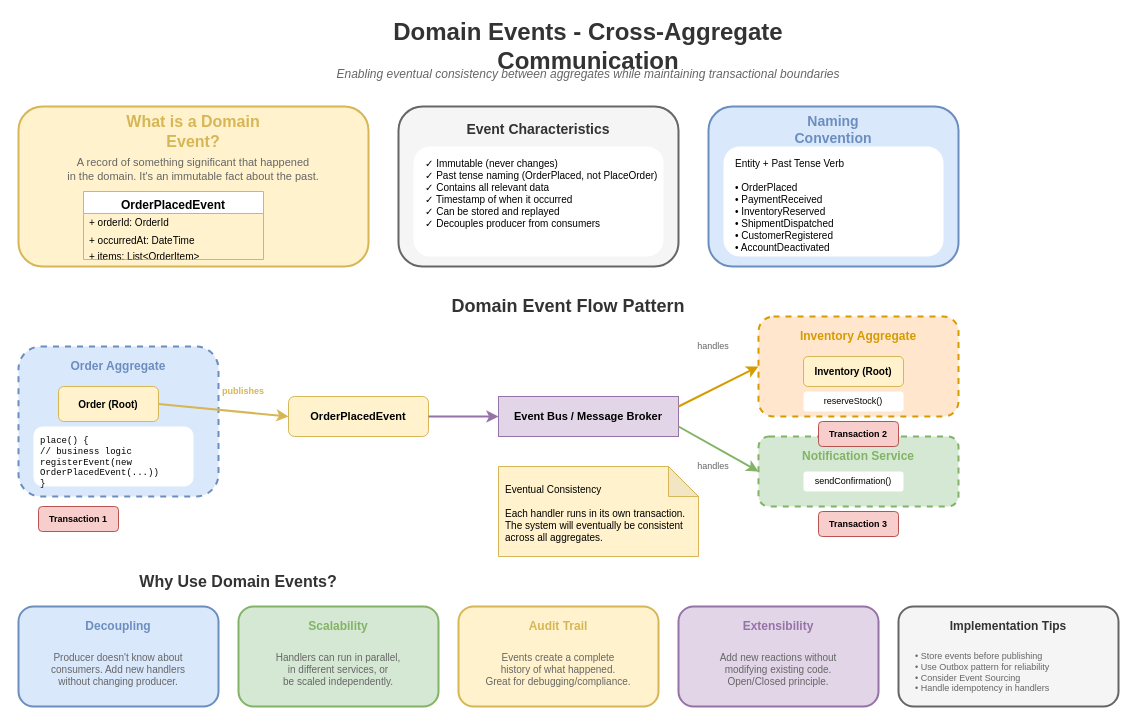
Above: lesson-01-software-design-architecture/diagrams/1.5.4-ddd-domain-events.drawio in MrParkerZ7/document-lesson-software-architect-x-claude (draw.io), before the change. Source tidied: cells renumbered, new cells numbered last; positions are measured from the earlier drawing's top-left corner, leaving out a move shared by most shapes. Both pictures are drawn from the tidied source at 100%, with x=0, y=0 at pixel (18, 26).
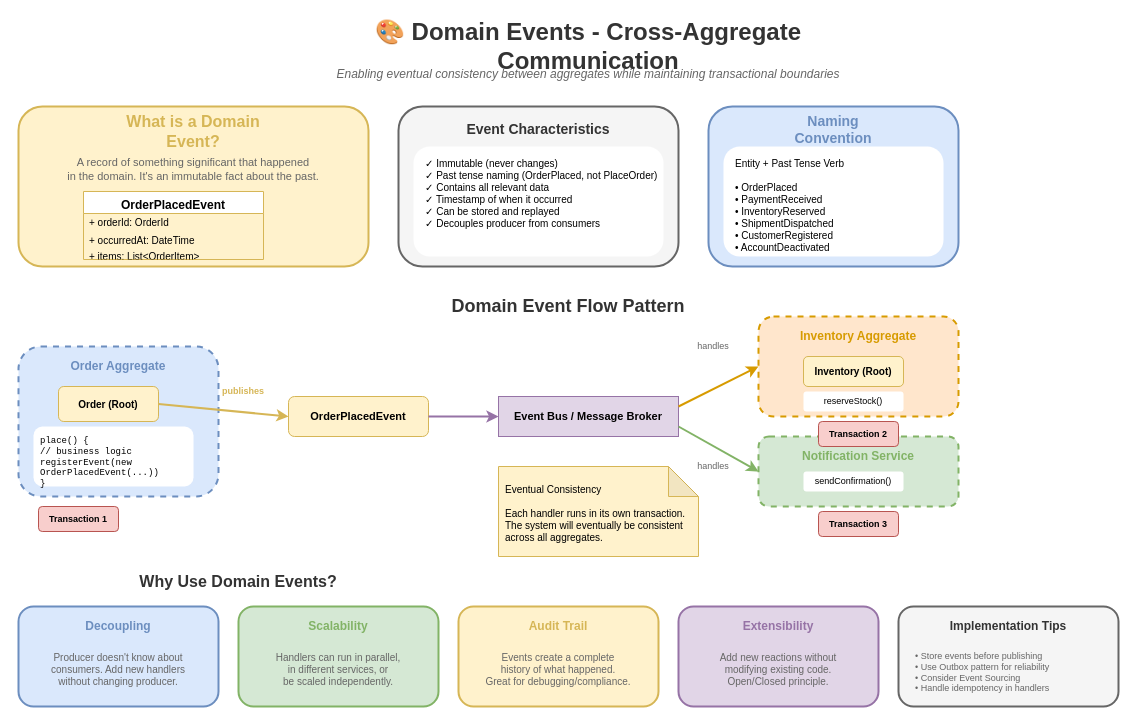
After the change.

The edit, as a diff of the source:
```diff
@@
-    <mxCell id="2" value="Domain Events - Cross-Aggregate Communication" style="text;html=1;strokeColor=none;fillColor=none;align=center;verticalAlign=middle;whiteSpace=wrap;rounded=0;fontSize=24;fontStyle=1;fontColor=#333333;" parent="1" vertex="1">
+    <mxCell id="2" value="🎨 Domain Events - Cross-Aggregate Communication" style="text;html=1;strokeColor=none;fillColor=none;align=center;verticalAlign=middle;whiteSpace=wrap;rounded=0;fontSize=24;fontStyle=1;fontColor=#333333;" parent="1" vertex="1">
       <mxGeometry x="320" width="500" height="40" as="geometry" />
     </mxCell>
```
